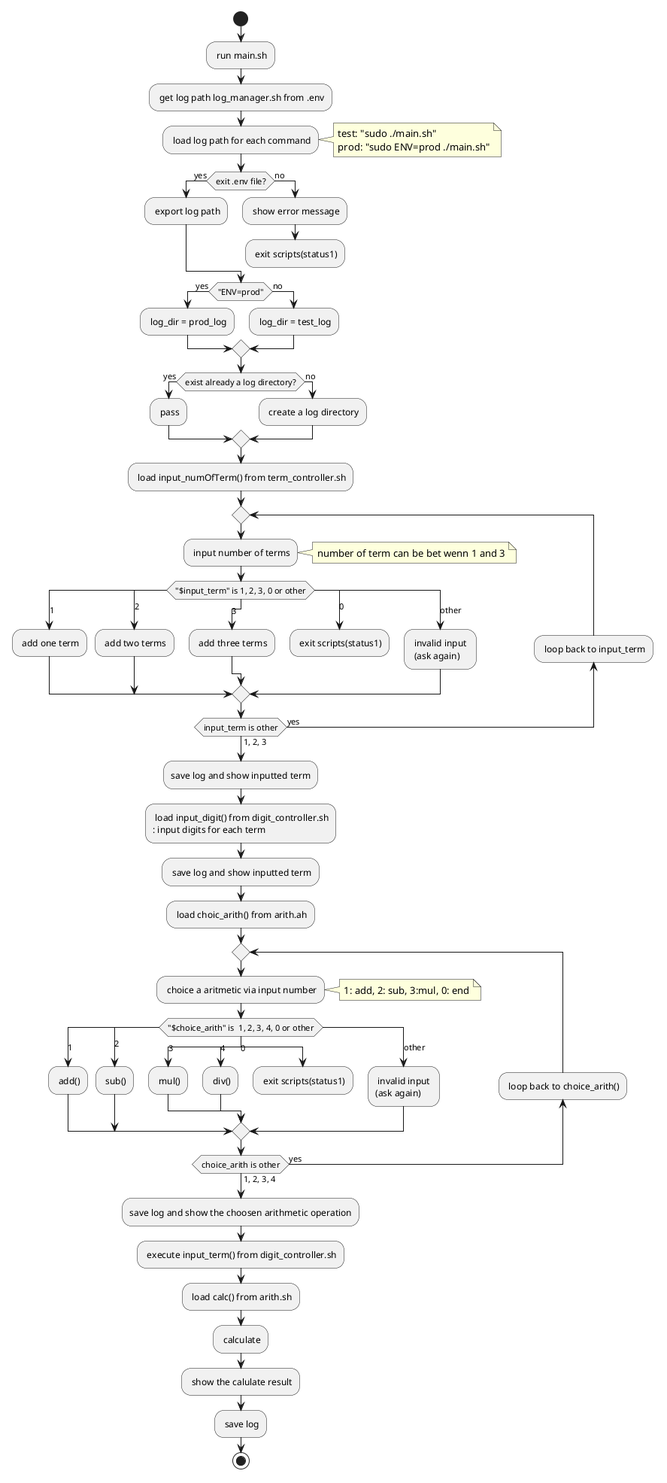
Earlier version of the PlantUML export docs/main-script-flow_activity.png (Jumacde/shellscript_basiccalc_whileloop).
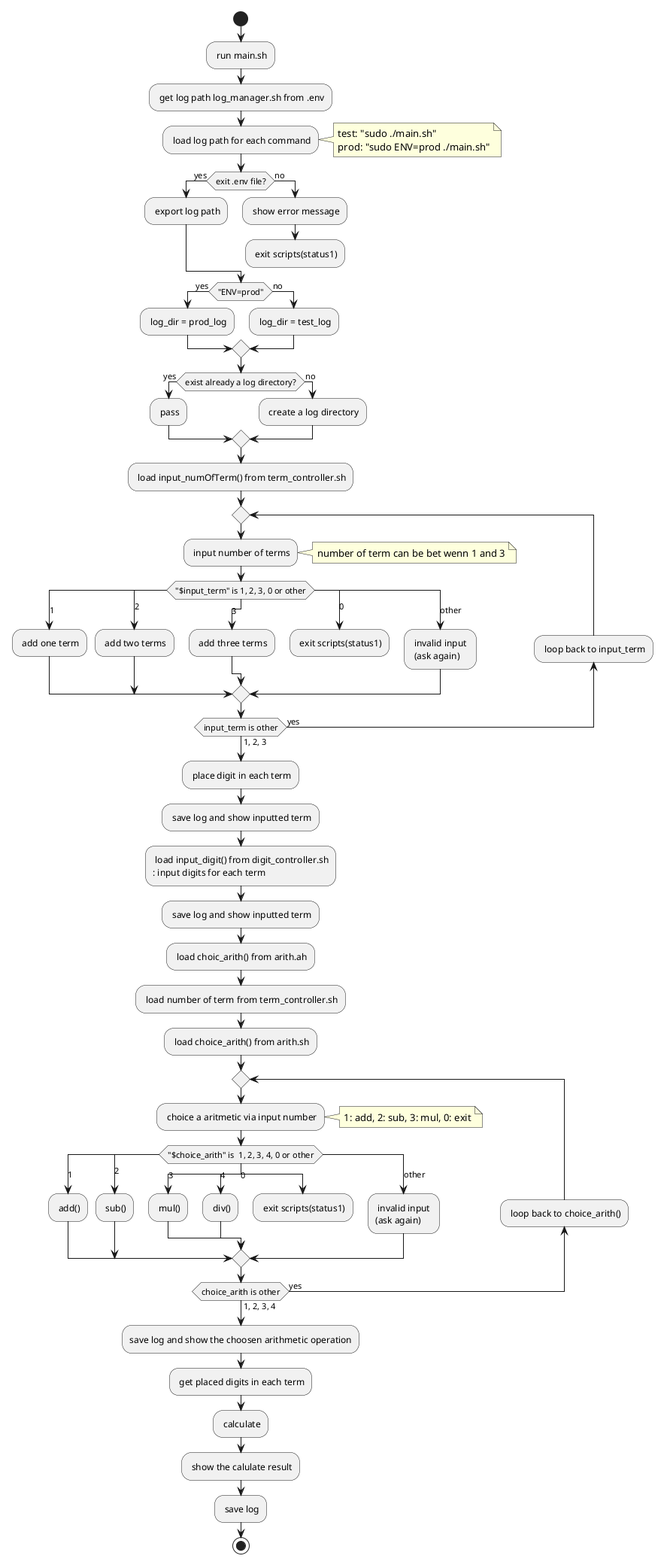
The same file after the commit.

What changed in the source:
```diff
@@ -51,7 +51,8 @@
 endswitch
 backward: loop back to input_term;
 repeat while(input_term is other) is (yes) not (1, 2, 3);
-:save log and show inputted term;
+: place digit in each term;
+: save log and show inputted term;
 
 
 : load input_digit() from digit_controller.sh
@@ -59,10 +60,12 @@
 : save log and show inputted term;
 
 : load choic_arith() from arith.ah;
+: load number of term from term_controller.sh;
+: load choice_arith() from arith.sh;
 repeat
 : choice a aritmetic via input number;
 note right
-1: add, 2: sub, 3:mul, 0: end
+1: add, 2: sub, 3: mul, 0: exit
 end note
 
 switch ("$choice_arith" is  1, 2, 3, 4, 0 or other)
@@ -84,8 +87,7 @@
 repeat while(choice_arith is other) is (yes) not (1, 2, 3, 4);
 :save log and show the choosen arithmetic operation;
 
-: execute input_term() from digit_controller.sh;
-: load calc() from arith.sh;
+: get placed digits in each term;
 : calculate;
 : show the calulate result;
 : save log;
```
